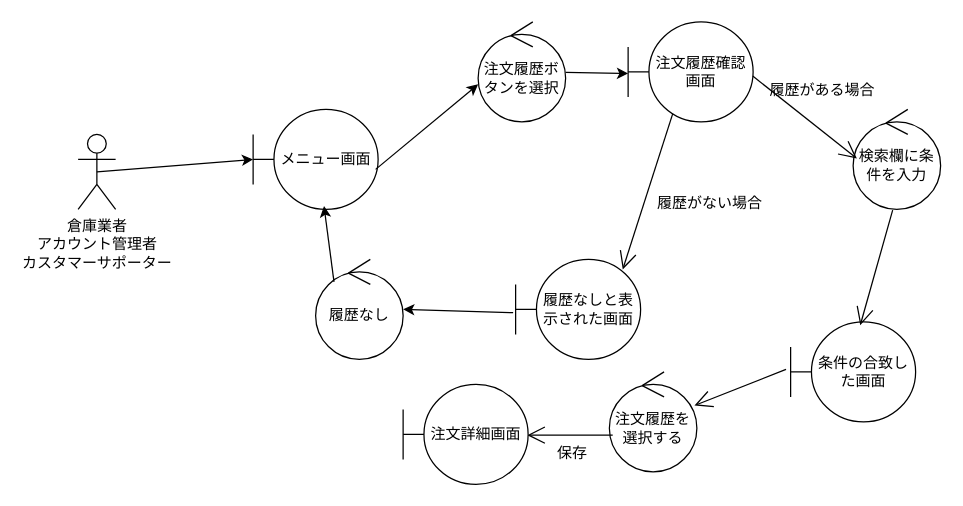
Above: group/3-3_総合演習1_BBショップ注文管理システム/ロバストネス図/lo_a_03_checkhistory.drawio in ko246/ohara_uml (draw.io), before the change. Source tidied: cells renumbered, new cells numbered last; positions are measured from the earlier drawing's top-left corner, leaving out a move shared by most shapes. Both pictures are drawn from the tidied source at 125%, with x=0, y=0 at pixel (78, 21).
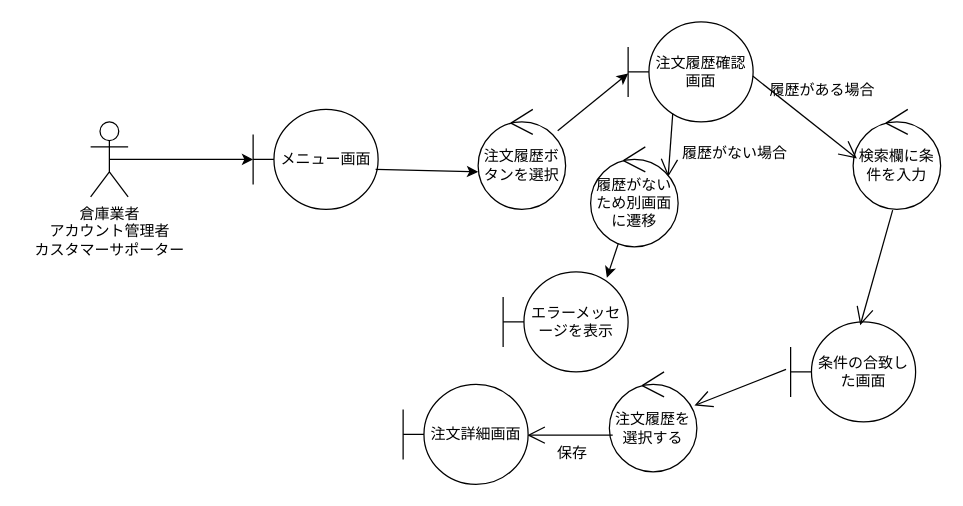
The same page after the edit.

The change refers to these unchanged cells:
```xml
<mxCell id="3" value="メニュー画面" style="shape=umlBoundary;whiteSpace=wrap;html=1;" parent="1" vertex="1">
  <mxGeometry x="140" y="70" width="100" height="80" as="geometry" />
</mxCell>
<mxCell id="4" value="注文履歴確認画面" style="shape=umlBoundary;whiteSpace=wrap;html=1;" parent="1" vertex="1">
  <mxGeometry x="440" width="100" height="80" as="geometry" />
</mxCell>
```

What changed in the source:
```diff
@@
     <mxCell id="2" value="倉庫業者&lt;div&gt;アカウント管理者&lt;/div&gt;&lt;div&gt;カスタマーサポーター&lt;/div&gt;" style="shape=umlActor;verticalLabelPosition=bottom;verticalAlign=top;html=1;" parent="1" vertex="1">
-      <mxGeometry y="90" width="30" height="60" as="geometry" />
+      <mxGeometry x="10" y="80" width="30" height="60" as="geometry" />
     </mxCell>
@@
-    <mxCell id="5" value="履歴なしと表示された画面" style="shape=umlBoundary;whiteSpace=wrap;html=1;" parent="1" vertex="1">
-      <mxGeometry x="350" y="190" width="100" height="80" as="geometry" />
-    </mxCell>
-    <mxCell id="6" style="endArrow=open;endFill=1;endSize=12;html=1;rounded=0;exitX=0.357;exitY=0.917;exitDx=0;exitDy=0;exitPerimeter=0;entryX=0.857;entryY=0.1;entryDx=0;entryDy=0;entryPerimeter=0;" parent="1" edge="1" source="4" target="5">
+    <mxCell id="6" style="endArrow=open;endFill=1;endSize=12;html=1;rounded=0;exitX=0.357;exitY=0.917;exitDx=0;exitDy=0;exitPerimeter=0;entryX=0.886;entryY=0.3;entryDx=0;entryDy=0;entryPerimeter=0;" parent="1" edge="1" source="4" target="26">
       <mxGeometry relative="1" as="geometry" />
     </mxCell>
     <mxCell id="7" value="履歴がない場合" style="text;html=1;align=center;verticalAlign=middle;strokeColor=none;fillColor=none;" parent="1" vertex="1">
-      <mxGeometry x="450" y="130" width="110" height="30" as="geometry" />
+      <mxGeometry x="470" y="90" width="110" height="30" as="geometry" />
     </mxCell>
@@
     <mxCell id="16" value="注文履歴ボタンを選択" style="ellipse;shape=umlControl;whiteSpace=wrap;html=1;" parent="1" vertex="1">
-      <mxGeometry x="320" width="70" height="80" as="geometry" />
+      <mxGeometry x="320" y="70" width="70" height="80" as="geometry" />
     </mxCell>
@@
-    <mxCell id="22" value="履歴なし" style="ellipse;shape=umlControl;whiteSpace=wrap;html=1;" parent="1" vertex="1">
-      <mxGeometry x="190" y="190" width="70" height="80" as="geometry" />
-    </mxCell>
-    <mxCell id="23" style="endArrow=classic;html=1;entryX=1;entryY=0.5;entryDx=0;entryDy=0;entryPerimeter=0;exitX=-0.02;exitY=0.533;exitDx=0;exitDy=0;exitPerimeter=0;" parent="1" edge="1" source="5" target="22">
-      <mxGeometry relative="1" as="geometry" />
-    </mxCell>
-    <mxCell id="24" style="endArrow=classic;html=1;entryX=0.567;entryY=0.967;entryDx=0;entryDy=0;entryPerimeter=0;exitX=0.21;exitY=0.225;exitDx=0;exitDy=0;exitPerimeter=0;" parent="1" edge="1" source="22" target="3">
-      <mxGeometry relative="1" as="geometry" />
-    </mxCell>
+    <mxCell id="25" value="エラーメッセージを表示" style="shape=umlBoundary;whiteSpace=wrap;html=1;" parent="1" vertex="1">
+      <mxGeometry x="340" y="200" width="100" height="80" as="geometry" />
+    </mxCell>
+    <mxCell id="26" value="履歴がないため別画面に遷移" style="ellipse;shape=umlControl;whiteSpace=wrap;html=1;" parent="1" vertex="1">
+      <mxGeometry x="410" y="100" width="70" height="80" as="geometry" />
+    </mxCell>
+    <mxCell id="27" style="edgeStyle=none;html=1;entryX=0.83;entryY=0.058;entryDx=0;entryDy=0;entryPerimeter=0;" parent="1" edge="1" source="26" target="25">
+      <mxGeometry relative="1" as="geometry" />
+    </mxCell>
```
